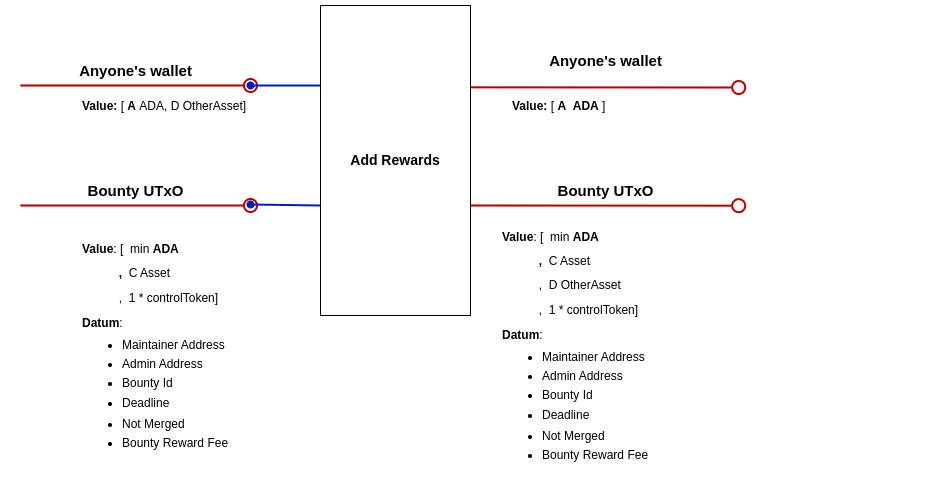
Above: docs/img/addRewards.png in githoney-io/githoney-smart-contract (draw.io), before the change. Source tidied: cells renumbered, new cells last; positions are measured from the earlier drawing's top-left corner, leaving out a move shared by most shapes.
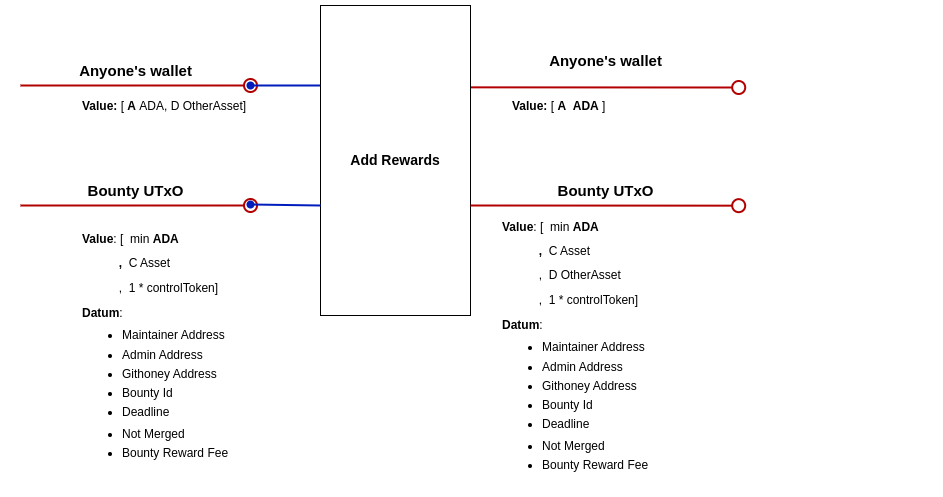
After the commit.

Commit message:
Adding githoney address to datum

What changed in the source:
```diff
@@ -41,7 +41,7 @@
         <mxPoint x="718.2" y="200.2" as="targetPoint" />
       </mxGeometry>
     </mxCell>
-    <mxCell id="11" value="&lt;p style=&quot;line-height: 100%;&quot;&gt;&lt;b&gt;Value&lt;/b&gt;: [&amp;nbsp; min&lt;b&gt;&amp;nbsp;ADA&lt;/b&gt;&lt;/p&gt;&lt;p style=&quot;line-height: 100%;&quot;&gt;&lt;b&gt;&lt;span style=&quot;white-space: pre;&quot;&gt;&#9;&lt;/span&gt;&amp;nbsp; &amp;nbsp;,&amp;nbsp; &lt;/b&gt;C Asset&lt;br&gt;&lt;/p&gt;&lt;span style=&quot;background-color: initial;&quot;&gt;&amp;nbsp; &amp;nbsp; &amp;nbsp; &amp;nbsp; &amp;nbsp; &amp;nbsp;,&amp;nbsp; 1 * controlToken&lt;/span&gt;&lt;span style=&quot;background-color: initial;&quot;&gt;]&amp;nbsp;&lt;/span&gt;&lt;div&gt;&lt;div&gt;&lt;p style=&quot;line-height: 100%;&quot;&gt;&lt;b&gt;Datum&lt;/b&gt;:&lt;/p&gt;&lt;ul style=&quot;line-height: 80%;&quot;&gt;&lt;li&gt;Maintainer Address&lt;/li&gt;&lt;br&gt;&lt;li&gt;Admin Address&amp;nbsp; &amp;nbsp; &amp;nbsp; &amp;nbsp; &amp;nbsp; &amp;nbsp;&lt;br&gt;&lt;br&gt;&lt;/li&gt;&lt;li&gt;Bounty Id&lt;br&gt;&amp;nbsp; &amp;nbsp; &amp;nbsp;&lt;/li&gt;&lt;li&gt;Deadline&lt;/li&gt;&lt;/ul&gt;&lt;ul style=&quot;line-height: 80%;&quot;&gt;&lt;li&gt;Not Merged&lt;br&gt;&lt;br&gt;&lt;/li&gt;&lt;li&gt;Bounty Reward Fee&lt;br&gt;&lt;br&gt;&lt;/li&gt;&lt;/ul&gt;&lt;p&gt;&lt;/p&gt;&lt;/div&gt;&lt;/div&gt;" style="text;html=1;strokeColor=none;fillColor=none;align=left;verticalAlign=middle;whiteSpace=wrap;rounded=0;" parent="1" vertex="1">
+    <mxCell id="11" value="&lt;p style=&quot;line-height: 100%;&quot;&gt;&lt;b&gt;Value&lt;/b&gt;: [&amp;nbsp; min&lt;b&gt;&amp;nbsp;ADA&lt;/b&gt;&lt;/p&gt;&lt;p style=&quot;line-height: 100%;&quot;&gt;&lt;b&gt;&lt;span style=&quot;white-space: pre;&quot;&gt;&#9;&lt;/span&gt;&amp;nbsp; &amp;nbsp;,&amp;nbsp; &lt;/b&gt;C Asset&lt;br&gt;&lt;/p&gt;&lt;span style=&quot;background-color: initial;&quot;&gt;&amp;nbsp; &amp;nbsp; &amp;nbsp; &amp;nbsp; &amp;nbsp; &amp;nbsp;,&amp;nbsp; 1 * controlToken&lt;/span&gt;&lt;span style=&quot;background-color: initial;&quot;&gt;]&amp;nbsp;&lt;/span&gt;&lt;div&gt;&lt;div&gt;&lt;p style=&quot;line-height: 100%;&quot;&gt;&lt;b&gt;Datum&lt;/b&gt;:&lt;/p&gt;&lt;ul style=&quot;line-height: 80%;&quot;&gt;&lt;li&gt;Maintainer Address&lt;/li&gt;&lt;br&gt;&lt;li&gt;Admin Address&amp;nbsp; &lt;br&gt;&lt;br&gt;&lt;/li&gt;&lt;li&gt;Githoney Address&lt;br&gt;&lt;br&gt;&lt;/li&gt;&lt;li&gt;Bounty Id&lt;br&gt;&amp;nbsp; &amp;nbsp; &amp;nbsp;&lt;/li&gt;&lt;li&gt;Deadline&lt;/li&gt;&lt;/ul&gt;&lt;ul style=&quot;line-height: 80%;&quot;&gt;&lt;li&gt;Not Merged&lt;br&gt;&lt;br&gt;&lt;/li&gt;&lt;li&gt;Bounty Reward Fee&lt;br&gt;&lt;br&gt;&lt;/li&gt;&lt;/ul&gt;&lt;p&gt;&lt;/p&gt;&lt;/div&gt;&lt;/div&gt;" style="text;html=1;strokeColor=none;fillColor=none;align=left;verticalAlign=middle;whiteSpace=wrap;rounded=0;" parent="1" vertex="1">
       <mxGeometry x="60" y="220" width="437.4" height="250" as="geometry" />
     </mxCell>
     <mxCell id="12" value="&lt;font style=&quot;font-size: 15px;&quot;&gt;&lt;b style=&quot;font-size: 12px;&quot;&gt;&lt;font style=&quot;font-size: 15px;&quot;&gt;Anyone's wallet&lt;/font&gt;&lt;/b&gt;&lt;b&gt;&lt;br&gt;&lt;/b&gt;&lt;/font&gt;" style="text;html=1;align=center;verticalAlign=middle;strokeColor=none;fillColor=none;" parent="1" vertex="1">
@@ -62,7 +62,7 @@
     <mxCell id="15" value="&lt;font style=&quot;font-size: 15px;&quot;&gt;&lt;b&gt;Bounty UTxO&lt;/b&gt;&lt;/font&gt;" style="text;html=1;align=center;verticalAlign=middle;strokeColor=none;fillColor=none;" parent="1" vertex="1">
       <mxGeometry x="55" y="170" width="120" height="30" as="geometry" />
     </mxCell>
-    <mxCell id="16" value="&lt;p style=&quot;line-height: 100%;&quot;&gt;&lt;b&gt;Value&lt;/b&gt;: [&amp;nbsp; min&lt;b&gt;&amp;nbsp;ADA&lt;/b&gt;&lt;/p&gt;&lt;p style=&quot;line-height: 100%;&quot;&gt;&lt;b&gt;&lt;span style=&quot;white-space: pre;&quot;&gt;&#9;&lt;/span&gt;&amp;nbsp; &amp;nbsp;,&amp;nbsp; &lt;/b&gt;C Asset&lt;br&gt;&lt;/p&gt;&lt;p style=&quot;line-height: 100%;&quot;&gt;&lt;span style=&quot;white-space: pre;&quot;&gt;&#9;&lt;/span&gt;&amp;nbsp; &amp;nbsp;,&amp;nbsp;&amp;nbsp;&lt;span style=&quot;background-color: initial;&quot;&gt;D OtherAsset&lt;/span&gt;&lt;br&gt;&lt;/p&gt;&lt;span style=&quot;background-color: initial;&quot;&gt;&amp;nbsp; &amp;nbsp; &amp;nbsp; &amp;nbsp; &amp;nbsp; &amp;nbsp;,&amp;nbsp; 1 * controlToken&lt;/span&gt;&lt;span style=&quot;background-color: initial;&quot;&gt;]&amp;nbsp;&lt;/span&gt;&lt;div&gt;&lt;div&gt;&lt;p style=&quot;line-height: 100%;&quot;&gt;&lt;b&gt;Datum&lt;/b&gt;:&lt;/p&gt;&lt;ul style=&quot;line-height: 80%;&quot;&gt;&lt;li&gt;Maintainer Address&lt;/li&gt;&lt;br&gt;&lt;li&gt;Admin Address&amp;nbsp; &amp;nbsp; &amp;nbsp; &amp;nbsp; &amp;nbsp; &amp;nbsp;&lt;br&gt;&lt;br&gt;&lt;/li&gt;&lt;li&gt;Bounty Id&lt;br&gt;&amp;nbsp; &amp;nbsp; &amp;nbsp;&lt;/li&gt;&lt;li&gt;Deadline&lt;/li&gt;&lt;/ul&gt;&lt;ul style=&quot;line-height: 80%;&quot;&gt;&lt;li&gt;Not Merged&lt;br&gt;&lt;br&gt;&lt;/li&gt;&lt;li&gt;Bounty Reward Fee&lt;br&gt;&lt;br&gt;&lt;/li&gt;&lt;/ul&gt;&lt;p&gt;&lt;/p&gt;&lt;/div&gt;&lt;/div&gt;" style="text;html=1;strokeColor=none;fillColor=none;align=left;verticalAlign=middle;whiteSpace=wrap;rounded=0;" parent="1" vertex="1">
+    <mxCell id="16" value="&lt;p style=&quot;line-height: 100%;&quot;&gt;&lt;b&gt;Value&lt;/b&gt;: [&amp;nbsp; min&lt;b&gt;&amp;nbsp;ADA&lt;/b&gt;&lt;/p&gt;&lt;p style=&quot;line-height: 100%;&quot;&gt;&lt;b&gt;&lt;span style=&quot;white-space: pre;&quot;&gt;&#9;&lt;/span&gt;&amp;nbsp; &amp;nbsp;,&amp;nbsp; &lt;/b&gt;C Asset&lt;br&gt;&lt;/p&gt;&lt;p style=&quot;line-height: 100%;&quot;&gt;&lt;span style=&quot;white-space: pre;&quot;&gt;&#9;&lt;/span&gt;&amp;nbsp; &amp;nbsp;,&amp;nbsp;&amp;nbsp;&lt;span style=&quot;background-color: initial;&quot;&gt;D OtherAsset&lt;/span&gt;&lt;br&gt;&lt;/p&gt;&lt;span style=&quot;background-color: initial;&quot;&gt;&amp;nbsp; &amp;nbsp; &amp;nbsp; &amp;nbsp; &amp;nbsp; &amp;nbsp;,&amp;nbsp; 1 * controlToken&lt;/span&gt;&lt;span style=&quot;background-color: initial;&quot;&gt;]&amp;nbsp;&lt;/span&gt;&lt;div&gt;&lt;div&gt;&lt;p style=&quot;line-height: 100%;&quot;&gt;&lt;b&gt;Datum&lt;/b&gt;:&lt;/p&gt;&lt;ul style=&quot;line-height: 80%;&quot;&gt;&lt;li&gt;Maintainer Address&lt;/li&gt;&lt;br&gt;&lt;li&gt;Admin Address&amp;nbsp; &amp;nbsp; &lt;br&gt;&lt;br&gt;&lt;/li&gt;&lt;li&gt;Githoney Address&amp;nbsp;&amp;nbsp;&lt;br&gt;&lt;br&gt;&lt;/li&gt;&lt;li&gt;Bounty Id&lt;br&gt;&amp;nbsp; &amp;nbsp; &amp;nbsp;&lt;/li&gt;&lt;li&gt;Deadline&lt;/li&gt;&lt;/ul&gt;&lt;ul style=&quot;line-height: 80%;&quot;&gt;&lt;li&gt;Not Merged&lt;br&gt;&lt;br&gt;&lt;/li&gt;&lt;li&gt;Bounty Reward Fee&lt;br&gt;&lt;br&gt;&lt;/li&gt;&lt;/ul&gt;&lt;p&gt;&lt;/p&gt;&lt;/div&gt;&lt;/div&gt;" style="text;html=1;strokeColor=none;fillColor=none;align=left;verticalAlign=middle;whiteSpace=wrap;rounded=0;" parent="1" vertex="1">
       <mxGeometry x="480" y="220" width="437.4" height="250" as="geometry" />
     </mxCell>
   </root>
```
